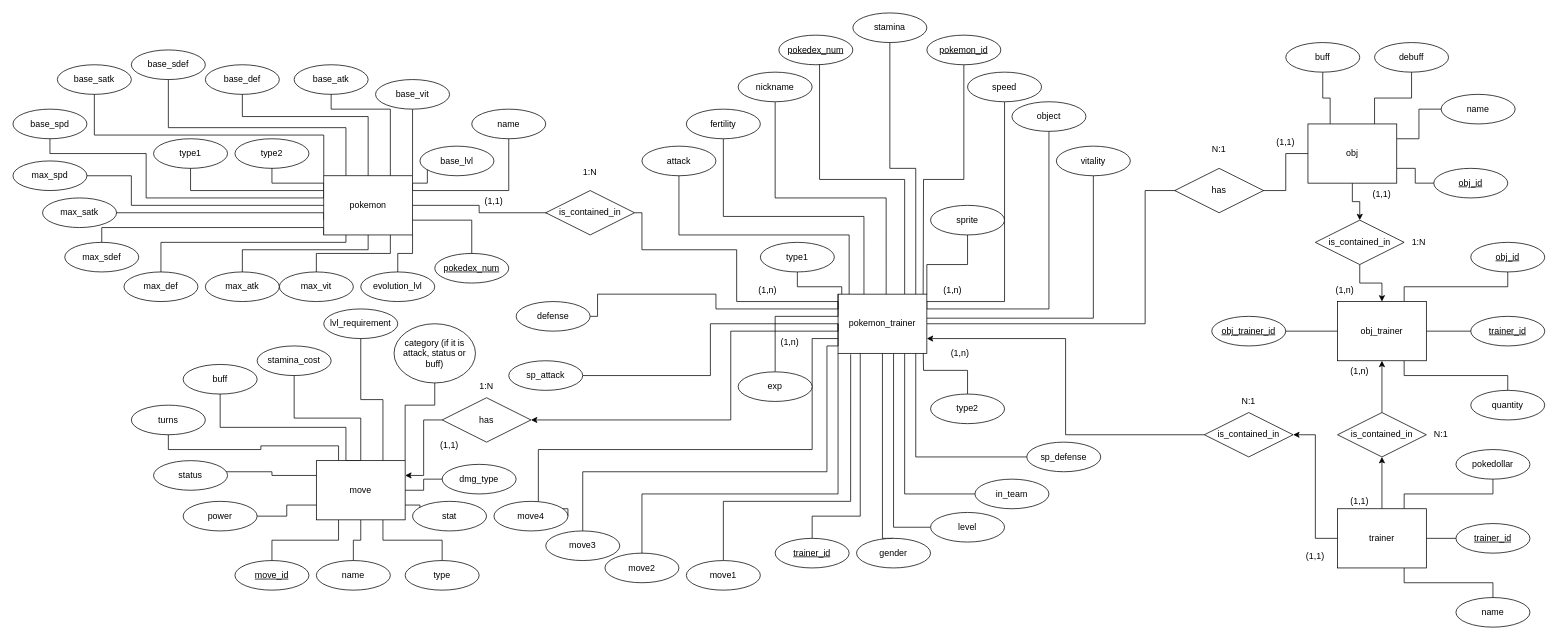
Before: bd/Diagramas/Entidad-Relacion-Pokemon.drawio in GabriLoren/Pokemon, a draw.io diagram. Source tidied: cells renumbered, new cells numbered last; positions are measured from the earlier drawing's top-left corner, leaving out a move shared by most shapes. Both pictures are drawn from the tidied source at 74%, with x=0, y=0 at pixel (13, 13).
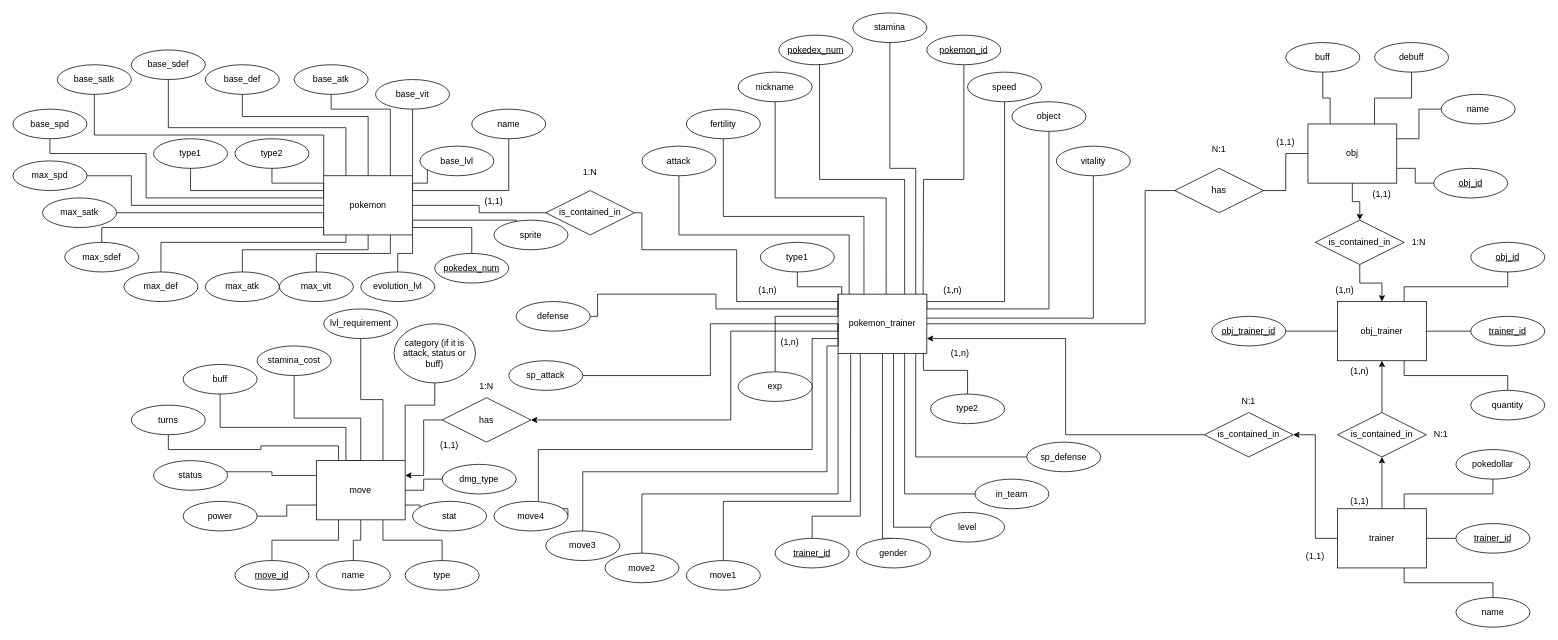
After the change.

Commit message (it also covers changes not shown here):
Actualización diagrama E/R

The change refers to these unchanged cells:
```xml
<mxCell id="21" value="pokemon" style="whiteSpace=wrap;html=1;align=center;" parent="1" vertex="1">
  <mxGeometry x="420" y="220" width="120" height="80" as="geometry" />
</mxCell>
<mxCell id="22" value="pokedex_num" style="ellipse;whiteSpace=wrap;html=1;align=center;fontStyle=4;" parent="1" vertex="1">
  <mxGeometry x="570" y="325" width="100" height="40" as="geometry" />
</mxCell>
<mxCell id="55" value="pokemon_trainer" style="whiteSpace=wrap;html=1;align=center;" parent="1" vertex="1">
  <mxGeometry x="1115" y="380" width="120" height="80" as="geometry" />
</mxCell>
```

What changed in the source:
```diff
@@
     <mxCell id="3" style="edgeStyle=orthogonalEdgeStyle;rounded=0;jettySize=auto;html=1;exitX=1;exitY=0.75;exitDx=0;exitDy=0;entryX=0.5;entryY=0.75;entryDx=0;entryDy=0;entryPerimeter=0;" parent="1" edge="1" source="21" target="22">
-      <mxGeometry relative="1" as="geometry" />
+      <mxGeometry relative="1" as="geometry">
+        <Array as="points">
+          <mxPoint x="540" y="290" />
+          <mxPoint x="620" y="290" />
+        </Array>
+      </mxGeometry>
     </mxCell>
@@
+    <mxCell id="174" style="edgeStyle=orthogonalEdgeStyle;rounded=0;jettySize=auto;html=1;exitX=1;exitY=0.75;exitDx=0;exitDy=0;entryX=0.3;entryY=0.5;entryDx=0;entryDy=0;entryPerimeter=0;" parent="1" edge="1" source="21" target="148">
+      <mxGeometry relative="1" as="geometry">
+        <Array as="points">
+          <mxPoint x="680" y="280" />
+        </Array>
+      </mxGeometry>
+    </mxCell>
@@
-    <mxCell id="54" style="edgeStyle=orthogonalEdgeStyle;rounded=0;jettySize=auto;html=1;exitX=1;exitY=0;exitDx=0;exitDy=0;entryX=0.5;entryY=0.5;entryDx=0;entryDy=0;entryPerimeter=0;" parent="1" edge="1" source="55" target="148">
-      <mxGeometry relative="1" as="geometry" />
-    </mxCell>
@@
-    <mxCell id="148" value="sprite" style="ellipse;whiteSpace=wrap;html=1;align=center;" parent="1" vertex="1">
-      <mxGeometry x="1240" y="260" width="100" height="40" as="geometry" />
-    </mxCell>
@@
+    <mxCell id="148" value="sprite" style="ellipse;whiteSpace=wrap;html=1;align=center;" parent="1" vertex="1">
+      <mxGeometry x="650" y="280" width="100" height="40" as="geometry" />
+    </mxCell>
```
